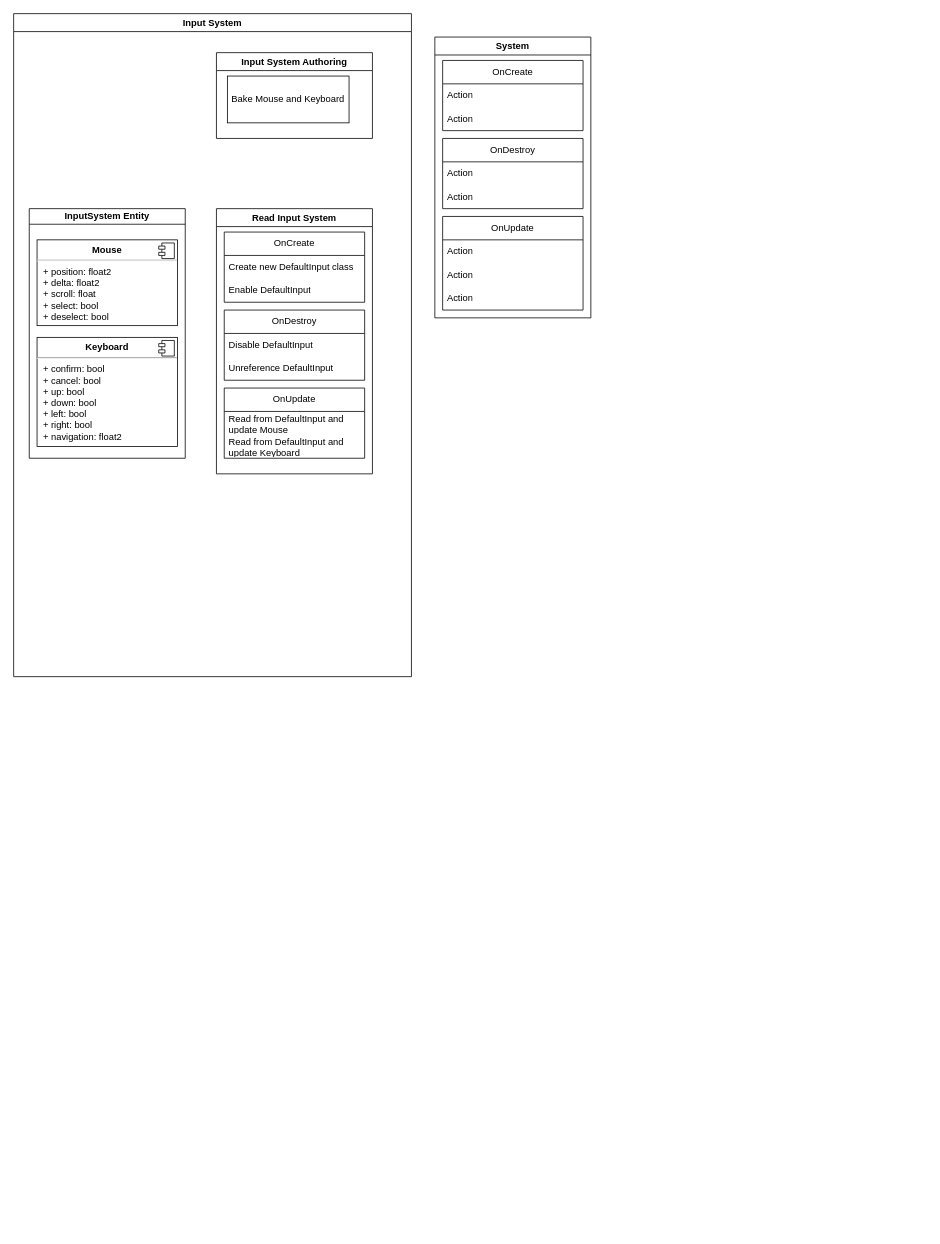
This is gameplay-ecs-diagram.drawio from DusToTail/strength-in-number, a draw.io file, before an edit. Source tidied: cells renumbered, new cells numbered last; positions are measured from the earlier drawing's top-left corner, leaving out a move shared by most shapes. Both pictures are drawn from the tidied source at 78%, with x=0, y=0 at pixel (13, 13).
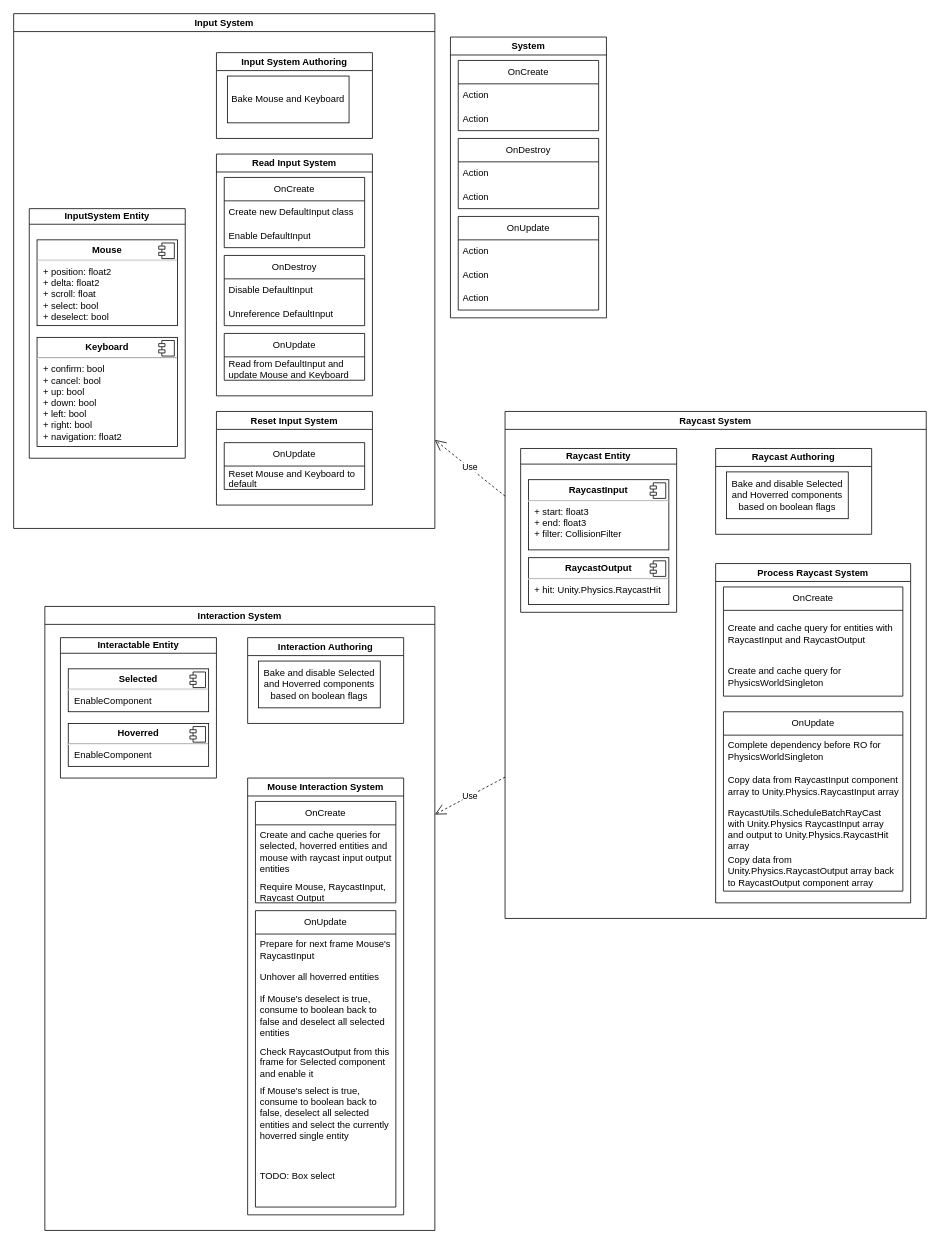
After the change.

Commit message:
added diagram for Input Systems, Raycast Systems and Mouse Interaction Systems

The edit, as a diff of the source:
```diff
@@
     <mxCell id="2" value="Input System" style="swimlane;whiteSpace=wrap;html=1;" parent="1" vertex="1">
-      <mxGeometry width="510" height="850" as="geometry" />
+      <mxGeometry width="540" height="660" as="geometry" />
     </mxCell>
@@
     <mxCell id="10" value="Read Input System" style="swimlane;whiteSpace=wrap;html=1;" parent="2" vertex="1">
-      <mxGeometry x="260" y="250" width="200" height="340" as="geometry" />
+      <mxGeometry x="260" y="180" width="200" height="310" as="geometry" />
     </mxCell>
@@
     <mxCell id="17" value="OnUpdate" style="swimlane;fontStyle=0;horizontal=1;startSize=30;whiteSpace=wrap;html=1;" parent="10" vertex="1">
-      <mxGeometry x="10" y="230" width="180" height="90" as="geometry" />
+      <mxGeometry x="10" y="230" width="180" height="60" as="geometry" />
     </mxCell>
-    <mxCell id="18" value="Read from DefaultInput and update Mouse" style="text;strokeColor=none;fillColor=none;align=left;verticalAlign=middle;spacingLeft=4;spacingRight=4;overflow=hidden;whiteSpace=wrap;html=1;" parent="17" vertex="1">
+    <mxCell id="18" value="Read from DefaultInput and update Mouse and Keyboard" style="text;strokeColor=none;fillColor=none;align=left;verticalAlign=middle;spacingLeft=4;spacingRight=4;overflow=hidden;whiteSpace=wrap;html=1;" parent="17" vertex="1">
       <mxGeometry y="30" width="180" height="30" as="geometry" />
     </mxCell>
-    <mxCell id="19" value="Read from DefaultInput and update Keyboard" style="text;strokeColor=none;fillColor=none;align=left;verticalAlign=middle;spacingLeft=4;spacingRight=4;overflow=hidden;whiteSpace=wrap;html=1;" parent="17" vertex="1">
-      <mxGeometry y="60" width="180" height="30" as="geometry" />
-    </mxCell>
+    <mxCell id="31" value="Reset Input System" style="swimlane;whiteSpace=wrap;html=1;" parent="2" vertex="1">
+      <mxGeometry x="260" y="510" width="200" height="120" as="geometry" />
+    </mxCell>
+    <mxCell id="32" value="OnUpdate" style="swimlane;fontStyle=0;horizontal=1;startSize=30;whiteSpace=wrap;html=1;" parent="31" vertex="1">
+      <mxGeometry x="10" y="40" width="180" height="60" as="geometry" />
+    </mxCell>
+    <mxCell id="33" value="Reset Mouse and Keyboard to default" style="text;strokeColor=none;fillColor=none;align=left;verticalAlign=middle;spacingLeft=4;spacingRight=4;overflow=hidden;whiteSpace=wrap;html=1;" parent="32" vertex="1">
+      <mxGeometry y="30" width="180" height="30" as="geometry" />
+    </mxCell>
     <mxCell id="20" value="System" style="swimlane;whiteSpace=wrap;html=1;" parent="1" vertex="1">
-      <mxGeometry x="540" y="30" width="200" height="360" as="geometry" />
+      <mxGeometry x="560" y="30" width="200" height="360" as="geometry" />
     </mxCell>
@@
+    <mxCell id="34" value="Raycast System" style="swimlane;whiteSpace=wrap;html=1;" parent="1" vertex="1">
+      <mxGeometry x="630" y="510" width="540" height="650" as="geometry" />
+    </mxCell>
+    <mxCell id="35" value="Raycast Entity" style="swimlane;whiteSpace=wrap;html=1;startSize=20;" parent="34" vertex="1">
+      <mxGeometry x="20" y="47.5" width="200" height="210" as="geometry" />
+    </mxCell>
+    <mxCell id="36" value="&lt;p style=&quot;margin:0px;margin-top:6px;text-align:center;&quot;&gt;&lt;b&gt;RaycastOutput&lt;/b&gt;&lt;/p&gt;&lt;hr&gt;&lt;p style=&quot;margin: 0px 0px 0px 8px;&quot;&gt;+ hit: Unity.Physics.RaycastHit&lt;/p&gt;" style="align=left;overflow=fill;html=1;whiteSpace=wrap;" parent="35" vertex="1">
+      <mxGeometry x="10" y="140" width="180" height="60" as="geometry" />
+    </mxCell>
+    <mxCell id="37" style="shape=component;jettyWidth=8;jettyHeight=4;" parent="36" vertex="1">
+      <mxGeometry x="1" width="20" height="20" relative="1" as="geometry">
+        <mxPoint x="-24" y="4" as="offset" />
+      </mxGeometry>
+    </mxCell>
+    <mxCell id="38" value="&lt;p style=&quot;margin:0px;margin-top:6px;text-align:center;&quot;&gt;&lt;b&gt;RaycastInput&lt;/b&gt;&lt;/p&gt;&lt;hr&gt;&lt;p style=&quot;margin: 0px 0px 0px 8px;&quot;&gt;+ start: float3&lt;br&gt;&lt;/p&gt;&lt;p style=&quot;margin: 0px 0px 0px 8px;&quot;&gt;+ end: float3&lt;/p&gt;&lt;p style=&quot;margin: 0px 0px 0px 8px;&quot;&gt;+ filter: CollisionFilter&lt;/p&gt;" style="align=left;overflow=fill;html=1;whiteSpace=wrap;" parent="35" vertex="1">
+      <mxGeometry x="10" y="40" width="180" height="90" as="geometry" />
+    </mxCell>
+    <mxCell id="39" style="shape=component;jettyWidth=8;jettyHeight=4;" parent="38" vertex="1">
+      <mxGeometry x="1" width="20" height="20" relative="1" as="geometry">
+        <mxPoint x="-24" y="4" as="offset" />
+      </mxGeometry>
+    </mxCell>
+    <mxCell id="40" value="Raycast Authoring" style="swimlane;whiteSpace=wrap;html=1;" parent="34" vertex="1">
+      <mxGeometry x="270" y="47.5" width="200" height="110" as="geometry" />
+    </mxCell>
+    <mxCell id="41" value="Bake and disable Selected and Hoverred components based on boolean flags" style="rounded=0;whiteSpace=wrap;html=1;" parent="40" vertex="1">
+      <mxGeometry x="14" y="30" width="156" height="60" as="geometry" />
+    </mxCell>
+    <mxCell id="42" value="Process Raycast System" style="swimlane;whiteSpace=wrap;html=1;" parent="34" vertex="1">
+      <mxGeometry x="270" y="195" width="250" height="435" as="geometry" />
+    </mxCell>
+    <mxCell id="43" value="OnCreate" style="swimlane;fontStyle=0;horizontal=1;startSize=30;whiteSpace=wrap;html=1;" parent="42" vertex="1">
+      <mxGeometry x="10" y="30" width="230" height="140" as="geometry" />
+    </mxCell>
+    <mxCell id="44" value="Create and cache query for entities with RaycastInput and RaycastOutput" style="text;strokeColor=none;fillColor=none;align=left;verticalAlign=middle;spacingLeft=4;spacingRight=4;overflow=hidden;whiteSpace=wrap;html=1;" parent="43" vertex="1">
+      <mxGeometry y="30" width="230" height="60" as="geometry" />
+    </mxCell>
+    <mxCell id="45" value="Create and cache query for PhysicsWorldSingleton" style="text;strokeColor=none;fillColor=none;align=left;verticalAlign=middle;spacingLeft=4;spacingRight=4;overflow=hidden;whiteSpace=wrap;html=1;" parent="43" vertex="1">
+      <mxGeometry y="90" width="230" height="50" as="geometry" />
+    </mxCell>
+    <mxCell id="46" value="OnUpdate" style="swimlane;fontStyle=0;horizontal=1;startSize=30;whiteSpace=wrap;html=1;" parent="42" vertex="1">
+      <mxGeometry x="10" y="190" width="230" height="230" as="geometry" />
+    </mxCell>
+    <mxCell id="47" value="Complete dependency before RO for PhysicsWorldSingleton" style="text;strokeColor=none;fillColor=none;align=left;verticalAlign=middle;spacingLeft=4;spacingRight=4;overflow=hidden;whiteSpace=wrap;html=1;" parent="46" vertex="1">
+      <mxGeometry y="30" width="230" height="40" as="geometry" />
+    </mxCell>
+    <mxCell id="48" value="Copy data from RaycastInput component array to Unity.Physics.RaycastInput array" style="text;strokeColor=none;fillColor=none;align=left;verticalAlign=middle;spacingLeft=4;spacingRight=4;overflow=hidden;whiteSpace=wrap;html=1;" parent="46" vertex="1">
+      <mxGeometry y="70" width="230" height="50" as="geometry" />
+    </mxCell>
+    <mxCell id="49" value="RaycastUtils.ScheduleBatchRayCast with Unity.Physics RaycastInput array and output to Unity.Physics.RaycastHit array" style="text;strokeColor=none;fillColor=none;align=left;verticalAlign=middle;spacingLeft=4;spacingRight=4;overflow=hidden;whiteSpace=wrap;html=1;" parent="46" vertex="1">
+      <mxGeometry y="120" width="230" height="60" as="geometry" />
+    </mxCell>
+    <mxCell id="50" value="Copy data from Unity.Physics.RaycastOutput array back to RaycastOutput component array" style="text;strokeColor=none;fillColor=none;align=left;verticalAlign=middle;spacingLeft=4;spacingRight=4;overflow=hidden;whiteSpace=wrap;html=1;" parent="46" vertex="1">
+      <mxGeometry y="180" width="230" height="50" as="geometry" />
+    </mxCell>
+    <mxCell id="51" value="Interaction System" style="swimlane;whiteSpace=wrap;html=1;" parent="1" vertex="1">
+      <mxGeometry x="40" y="760" width="500" height="800" as="geometry" />
+    </mxCell>
+    <mxCell id="52" value="Interactable Entity" style="swimlane;whiteSpace=wrap;html=1;startSize=20;" parent="51" vertex="1">
+      <mxGeometry x="20" y="40" width="200" height="180" as="geometry" />
+    </mxCell>
+    <mxCell id="53" value="&lt;p style=&quot;margin:0px;margin-top:6px;text-align:center;&quot;&gt;&lt;b&gt;Hoverred&lt;/b&gt;&lt;/p&gt;&lt;hr&gt;&lt;p style=&quot;margin: 0px 0px 0px 8px;&quot;&gt;EnableComponent&lt;/p&gt;" style="align=left;overflow=fill;html=1;whiteSpace=wrap;" parent="52" vertex="1">
+      <mxGeometry x="10" y="110" width="180" height="55" as="geometry" />
+    </mxCell>
+    <mxCell id="54" style="shape=component;jettyWidth=8;jettyHeight=4;" parent="53" vertex="1">
+      <mxGeometry x="1" width="20" height="20" relative="1" as="geometry">
+        <mxPoint x="-24" y="4" as="offset" />
+      </mxGeometry>
+    </mxCell>
+    <mxCell id="55" value="&lt;p style=&quot;margin:0px;margin-top:6px;text-align:center;&quot;&gt;&lt;b&gt;Selected&lt;/b&gt;&lt;/p&gt;&lt;hr&gt;&lt;p style=&quot;margin: 0px 0px 0px 8px;&quot;&gt;EnableComponent&lt;/p&gt;" style="align=left;overflow=fill;html=1;whiteSpace=wrap;" parent="52" vertex="1">
+      <mxGeometry x="10" y="40" width="180" height="55" as="geometry" />
+    </mxCell>
+    <mxCell id="56" style="shape=component;jettyWidth=8;jettyHeight=4;" parent="55" vertex="1">
+      <mxGeometry x="1" width="20" height="20" relative="1" as="geometry">
+        <mxPoint x="-24" y="4" as="offset" />
+      </mxGeometry>
+    </mxCell>
+    <mxCell id="57" value="Interaction Authoring" style="swimlane;whiteSpace=wrap;html=1;" parent="51" vertex="1">
+      <mxGeometry x="260" y="40" width="200" height="110" as="geometry" />
+    </mxCell>
+    <mxCell id="58" value="Bake and disable Selected and Hoverred components based on boolean flags" style="rounded=0;whiteSpace=wrap;html=1;" parent="57" vertex="1">
+      <mxGeometry x="14" y="30" width="156" height="60" as="geometry" />
+    </mxCell>
+    <mxCell id="59" value="Mouse Interaction System" style="swimlane;whiteSpace=wrap;html=1;" parent="51" vertex="1">
+      <mxGeometry x="260" y="220" width="200" height="560" as="geometry" />
+    </mxCell>
+    <mxCell id="60" value="OnCreate" style="swimlane;fontStyle=0;horizontal=1;startSize=30;whiteSpace=wrap;html=1;" parent="59" vertex="1">
+      <mxGeometry x="10" y="30" width="180" height="130" as="geometry" />
+    </mxCell>
+    <mxCell id="61" value="Create and cache queries for selected, hoverred entities and mouse with raycast input output entities" style="text;strokeColor=none;fillColor=none;align=left;verticalAlign=middle;spacingLeft=4;spacingRight=4;overflow=hidden;whiteSpace=wrap;html=1;" parent="60" vertex="1">
+      <mxGeometry y="30" width="180" height="70" as="geometry" />
+    </mxCell>
+    <mxCell id="62" value="Require Mouse, RaycastInput, Raycast Output" style="text;strokeColor=none;fillColor=none;align=left;verticalAlign=middle;spacingLeft=4;spacingRight=4;overflow=hidden;whiteSpace=wrap;html=1;" parent="60" vertex="1">
+      <mxGeometry y="100" width="180" height="30" as="geometry" />
+    </mxCell>
+    <mxCell id="63" value="OnUpdate" style="swimlane;fontStyle=0;horizontal=1;startSize=30;whiteSpace=wrap;html=1;" parent="59" vertex="1">
+      <mxGeometry x="10" y="170" width="180" height="380" as="geometry" />
+    </mxCell>
+    <mxCell id="64" value="Prepare for next frame Mouse's RaycastInput" style="text;strokeColor=none;fillColor=none;align=left;verticalAlign=middle;spacingLeft=4;spacingRight=4;overflow=hidden;whiteSpace=wrap;html=1;" parent="63" vertex="1">
+      <mxGeometry y="30" width="180" height="40" as="geometry" />
+    </mxCell>
+    <mxCell id="65" value="Unhover all hoverred entities" style="text;strokeColor=none;fillColor=none;align=left;verticalAlign=middle;spacingLeft=4;spacingRight=4;overflow=hidden;whiteSpace=wrap;html=1;" parent="63" vertex="1">
+      <mxGeometry y="70" width="180" height="30" as="geometry" />
+    </mxCell>
+    <mxCell id="66" value="If Mouse's deselect is true, consume to boolean back to false and deselect all selected entities" style="text;strokeColor=none;fillColor=none;align=left;verticalAlign=middle;spacingLeft=4;spacingRight=4;overflow=hidden;whiteSpace=wrap;html=1;" parent="63" vertex="1">
+      <mxGeometry y="100" width="180" height="70" as="geometry" />
+    </mxCell>
+    <mxCell id="67" value="Check RaycastOutput from this frame for Selected component and enable it" style="text;strokeColor=none;fillColor=none;align=left;verticalAlign=middle;spacingLeft=4;spacingRight=4;overflow=hidden;whiteSpace=wrap;html=1;" parent="63" vertex="1">
+      <mxGeometry y="170" width="180" height="50" as="geometry" />
+    </mxCell>
+    <mxCell id="68" value="If Mouse's select is true, consume to boolean back to false, deselect all selected entities and select the currently hoverred single entity" style="text;strokeColor=none;fillColor=none;align=left;verticalAlign=middle;spacingLeft=4;spacingRight=4;overflow=hidden;whiteSpace=wrap;html=1;" parent="63" vertex="1">
+      <mxGeometry y="220" width="180" height="80" as="geometry" />
+    </mxCell>
+    <mxCell id="69" value="TODO: Box select" style="text;strokeColor=none;fillColor=none;align=left;verticalAlign=middle;spacingLeft=4;spacingRight=4;overflow=hidden;whiteSpace=wrap;html=1;" parent="63" vertex="1">
+      <mxGeometry y="300" width="180" height="80" as="geometry" />
+    </mxCell>
+    <mxCell id="70" value="Use" style="endArrow=open;endSize=12;dashed=1;html=1;rounded=0;" parent="1" edge="1" source="34" target="2">
+      <mxGeometry relative="1" as="geometry" />
+    </mxCell>
+    <mxCell id="71" value="Use" style="endArrow=open;endSize=12;dashed=1;html=1;rounded=0;" parent="1" edge="1" source="34" target="51">
+      <mxGeometry relative="1" as="geometry" />
+    </mxCell>
```
